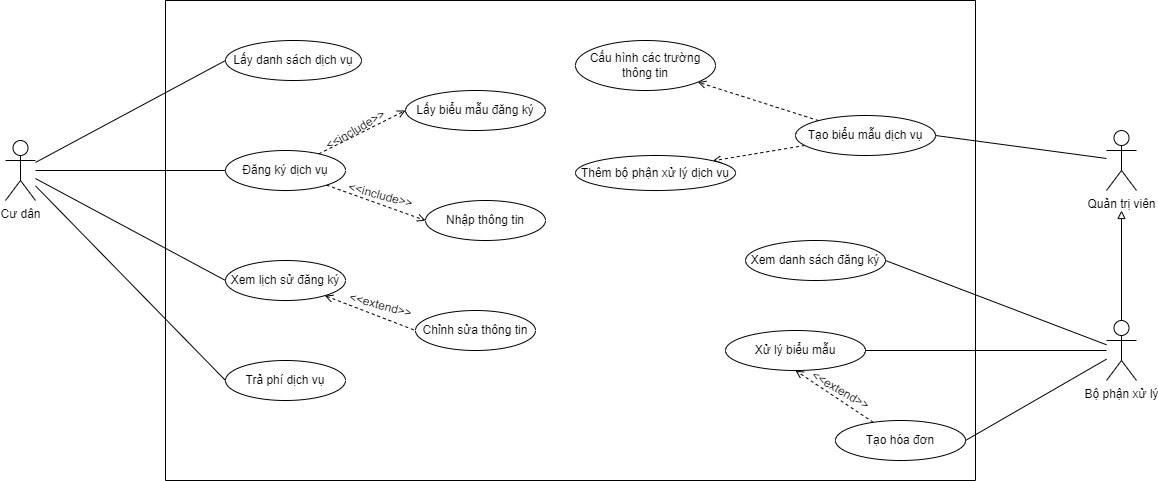
kienndhn/draw-io keeps this draw.io diagram as usecase diagram/hành chính số.drawio.png. Above is the earlier version. Source tidied: cells renumbered, new cells last; positions are measured from the earlier drawing's top-left corner, leaving out a move shared by most shapes.
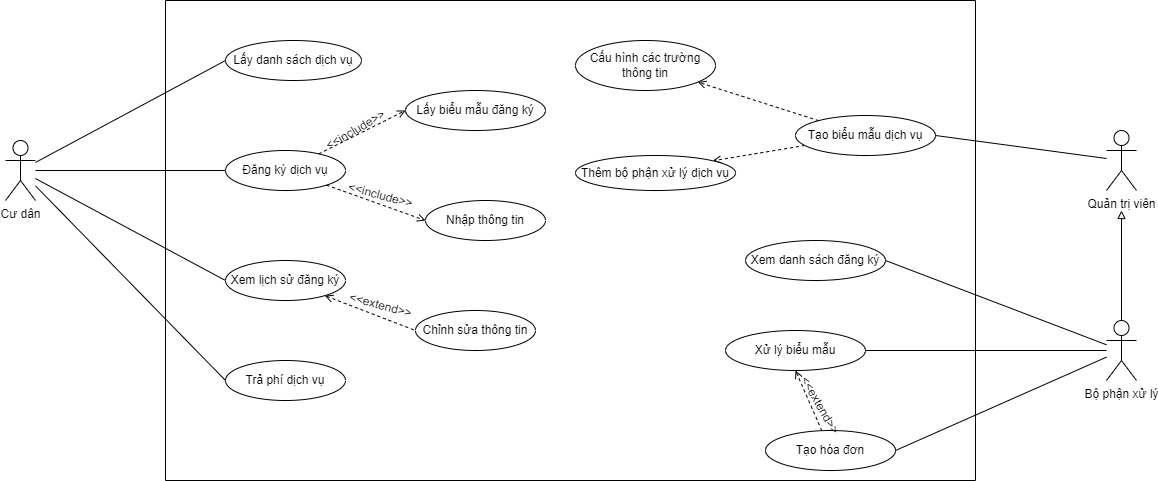
The same file after the commit.

Diff of the diagram source:
```diff
@@ -66,10 +66,10 @@
       <mxGeometry relative="1" as="geometry" />
     </mxCell>
     <mxCell id="23" value="Tạo hóa đơn" style="ellipse;whiteSpace=wrap;html=1;" parent="2" vertex="1">
-      <mxGeometry x="670" y="420" width="130" height="40" as="geometry" />
+      <mxGeometry x="600" y="430" width="130" height="40" as="geometry" />
     </mxCell>
-    <mxCell id="24" value="&amp;lt;&amp;lt;extend&amp;gt;&amp;gt;" style="text;html=1;align=center;verticalAlign=middle;strokeColor=none;fillColor=none;rotation=30;" parent="2" vertex="1">
-      <mxGeometry x="630" y="375" width="90" height="30" as="geometry" />
+    <mxCell id="24" value="&amp;lt;&amp;lt;extend&amp;gt;&amp;gt;" style="text;html=1;align=center;verticalAlign=middle;strokeColor=none;fillColor=none;rotation=60;" parent="2" vertex="1">
+      <mxGeometry x="610" y="389.5" width="90" height="30" as="geometry" />
     </mxCell>
     <mxCell id="25" value="Trả phí dịch vụ" style="ellipse;whiteSpace=wrap;html=1;" parent="2" vertex="1">
       <mxGeometry x="60" y="360" width="120" height="40" as="geometry" />
```
